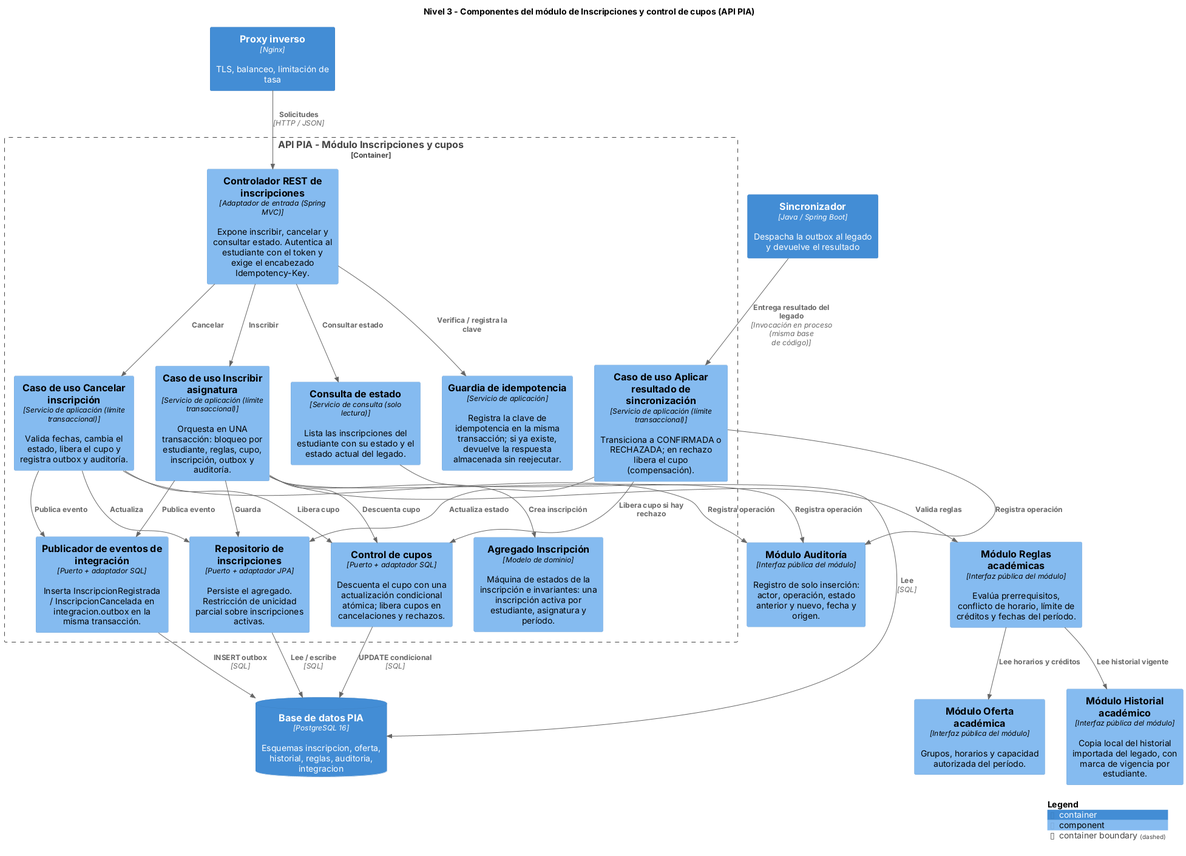
Camlopez98/parcial2_clopez38 keeps this PlantUML diagram as docs/diagramas/c4-nivel3-componentes-inscripciones.png. Above is the earlier version. Its diagram source:
```plantuml
@startuml c4-nivel3-componentes-inscripciones
!include <C4/C4_Component>
LAYOUT_TOP_DOWN()
title Nivel 3 - Componentes del módulo de Inscripciones y control de cupos (API PIA)

Container(proxy, "Proxy inverso", "Nginx", "TLS, balanceo, limitación de tasa")
Container(sync, "Sincronizador", "Java / Spring Boot", "Despacha la outbox al legado y devuelve el resultado")
ContainerDb(db, "Base de datos PIA", "PostgreSQL 16", "Esquemas inscripcion, oferta, historial, reglas, auditoria, integracion")

Container_Boundary(api, "API PIA - Módulo Inscripciones y cupos") {
  Component(ctrl, "Controlador REST de inscripciones", "Adaptador de entrada (Spring MVC)", "Expone inscribir, cancelar y consultar estado. Autentica al estudiante con el token y exige el encabezado Idempotency-Key.")
  Component(idem, "Guardia de idempotencia", "Servicio de aplicación", "Registra la clave de idempotencia en la misma transacción; si ya existe, devuelve la respuesta almacenada sin reejecutar.")
  Component(ucIns, "Caso de uso Inscribir asignatura", "Servicio de aplicación (límite transaccional)", "Orquesta en UNA transacción: bloqueo por estudiante, reglas, cupo, inscripción, outbox y auditoría.")
  Component(ucCan, "Caso de uso Cancelar inscripción", "Servicio de aplicación (límite transaccional)", "Valida fechas, cambia el estado, libera el cupo y registra outbox y auditoría.")
  Component(ucRes, "Caso de uso Aplicar resultado de sincronización", "Servicio de aplicación (límite transaccional)", "Transiciona a CONFIRMADA o RECHAZADA; en rechazo libera el cupo (compensación).")
  Component(qry, "Consulta de estado", "Servicio de consulta (solo lectura)", "Lista las inscripciones del estudiante con su estado y el estado actual del legado.")
  Component(dom, "Agregado Inscripción", "Modelo de dominio", "Máquina de estados de la inscripción e invariantes: una inscripción activa por estudiante, asignatura y período.")
  Component(cupos, "Control de cupos", "Puerto + adaptador SQL", "Descuenta el cupo con una actualización condicional atómica; libera cupos en cancelaciones y rechazos.")
  Component(repo, "Repositorio de inscripciones", "Puerto + adaptador JPA", "Persiste el agregado. Restricción de unicidad parcial sobre inscripciones activas.")
  Component(outbox, "Publicador de eventos de integración", "Puerto + adaptador SQL", "Inserta InscripcionRegistrada / InscripcionCancelada en integracion.outbox en la misma transacción.")
}

Component(reglas, "Módulo Reglas académicas", "Interfaz pública del módulo", "Evalúa prerrequisitos, conflicto de horario, límite de créditos y fechas del período.")
Component(hist, "Módulo Historial académico", "Interfaz pública del módulo", "Copia local del historial importada del legado, con marca de vigencia por estudiante.")
Component(oferta, "Módulo Oferta académica", "Interfaz pública del módulo", "Grupos, horarios y capacidad autorizada del período.")
Component(audit, "Módulo Auditoría", "Interfaz pública del módulo", "Registro de solo inserción: actor, operación, estado anterior y nuevo, fecha y origen.")

Rel(proxy, ctrl, "Solicitudes", "HTTP / JSON")
Rel(ctrl, idem, "Verifica / registra la clave")
Rel(ctrl, ucIns, "Inscribir")
Rel(ctrl, ucCan, "Cancelar")
Rel(ctrl, qry, "Consultar estado")
Rel(ucIns, reglas, "Valida reglas")
Rel(reglas, hist, "Lee historial vigente")
Rel(reglas, oferta, "Lee horarios y créditos")
Rel(ucIns, cupos, "Descuenta cupo")
Rel(ucIns, dom, "Crea inscripción")
Rel(ucIns, repo, "Guarda")
Rel(ucIns, outbox, "Publica evento")
Rel(ucIns, audit, "Registra operación")
Rel(ucCan, cupos, "Libera cupo")
Rel(ucCan, repo, "Actualiza")
Rel(ucCan, outbox, "Publica evento")
Rel(ucCan, audit, "Registra operación")
Rel(sync, ucRes, "Entrega resultado del legado", "Invocación en proceso (misma base de código)")
Rel(ucRes, repo, "Actualiza estado")
Rel(ucRes, cupos, "Libera cupo si hay rechazo")
Rel(ucRes, audit, "Registra operación")
Rel(cupos, db, "UPDATE condicional", "SQL")
Rel(repo, db, "Lee / escribe", "SQL")
Rel(outbox, db, "INSERT outbox", "SQL")
Rel(qry, db, "Lee", "SQL")

SHOW_LEGEND()
@enduml
```
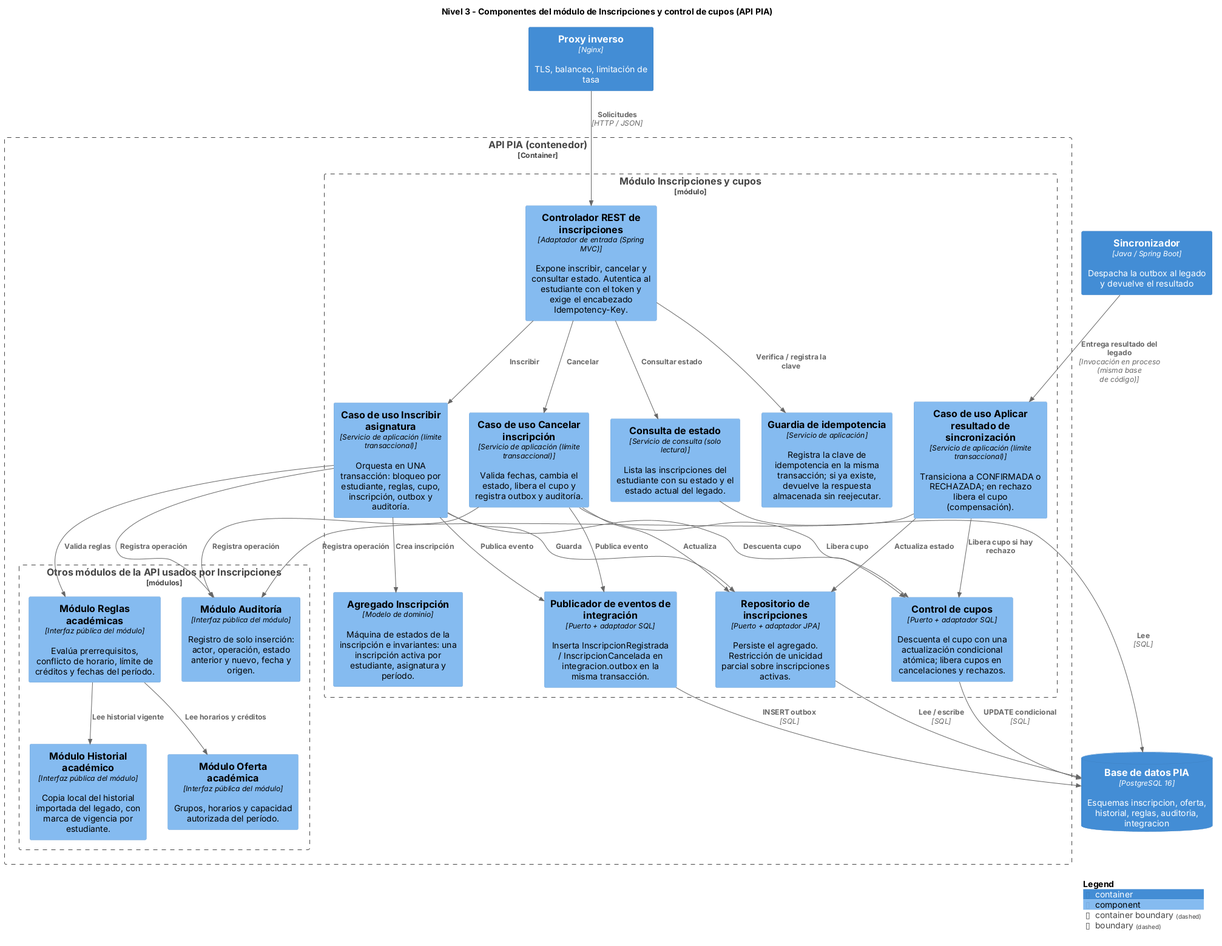
Later version of the same file.

Commit message:
Revisión de consistencia: diagrama de componentes dentro del contenedor API, parámetros del interruptor de circuito y observabilidad

The edit, as a diff of the source:
```diff
@@ -7,7 +7,8 @@
 Container(sync, "Sincronizador", "Java / Spring Boot", "Despacha la outbox al legado y devuelve el resultado")
 ContainerDb(db, "Base de datos PIA", "PostgreSQL 16", "Esquemas inscripcion, oferta, historial, reglas, auditoria, integracion")
 
-Container_Boundary(api, "API PIA - Módulo Inscripciones y cupos") {
+Container_Boundary(api, "API PIA (contenedor)") {
+ Boundary(modIns, "Módulo Inscripciones y cupos", "módulo") {
   Component(ctrl, "Controlador REST de inscripciones", "Adaptador de entrada (Spring MVC)", "Expone inscribir, cancelar y consultar estado. Autentica al estudiante con el token y exige el encabezado Idempotency-Key.")
   Component(idem, "Guardia de idempotencia", "Servicio de aplicación", "Registra la clave de idempotencia en la misma transacción; si ya existe, devuelve la respuesta almacenada sin reejecutar.")
   Component(ucIns, "Caso de uso Inscribir asignatura", "Servicio de aplicación (límite transaccional)", "Orquesta en UNA transacción: bloqueo por estudiante, reglas, cupo, inscripción, outbox y auditoría.")
@@ -18,12 +19,15 @@
   Component(cupos, "Control de cupos", "Puerto + adaptador SQL", "Descuenta el cupo con una actualización condicional atómica; libera cupos en cancelaciones y rechazos.")
   Component(repo, "Repositorio de inscripciones", "Puerto + adaptador JPA", "Persiste el agregado. Restricción de unicidad parcial sobre inscripciones activas.")
   Component(outbox, "Publicador de eventos de integración", "Puerto + adaptador SQL", "Inserta InscripcionRegistrada / InscripcionCancelada en integracion.outbox en la misma transacción.")
+ }
+ Boundary(otros, "Otros módulos de la API usados por Inscripciones", "módulos") {
+
+  Component(reglas, "Módulo Reglas académicas", "Interfaz pública del módulo", "Evalúa prerrequisitos, conflicto de horario, límite de créditos y fechas del período.")
+  Component(hist, "Módulo Historial académico", "Interfaz pública del módulo", "Copia local del historial importada del legado, con marca de vigencia por estudiante.")
+  Component(oferta, "Módulo Oferta académica", "Interfaz pública del módulo", "Grupos, horarios y capacidad autorizada del período.")
+  Component(audit, "Módulo Auditoría", "Interfaz pública del módulo", "Registro de solo inserción: actor, operación, estado anterior y nuevo, fecha y origen.")
+ }
 }
-
-Component(reglas, "Módulo Reglas académicas", "Interfaz pública del módulo", "Evalúa prerrequisitos, conflicto de horario, límite de créditos y fechas del período.")
-Component(hist, "Módulo Historial académico", "Interfaz pública del módulo", "Copia local del historial importada del legado, con marca de vigencia por estudiante.")
-Component(oferta, "Módulo Oferta académica", "Interfaz pública del módulo", "Grupos, horarios y capacidad autorizada del período.")
-Component(audit, "Módulo Auditoría", "Interfaz pública del módulo", "Registro de solo inserción: actor, operación, estado anterior y nuevo, fecha y origen.")
 
 Rel(proxy, ctrl, "Solicitudes", "HTTP / JSON")
 Rel(ctrl, idem, "Verifica / registra la clave")
```
